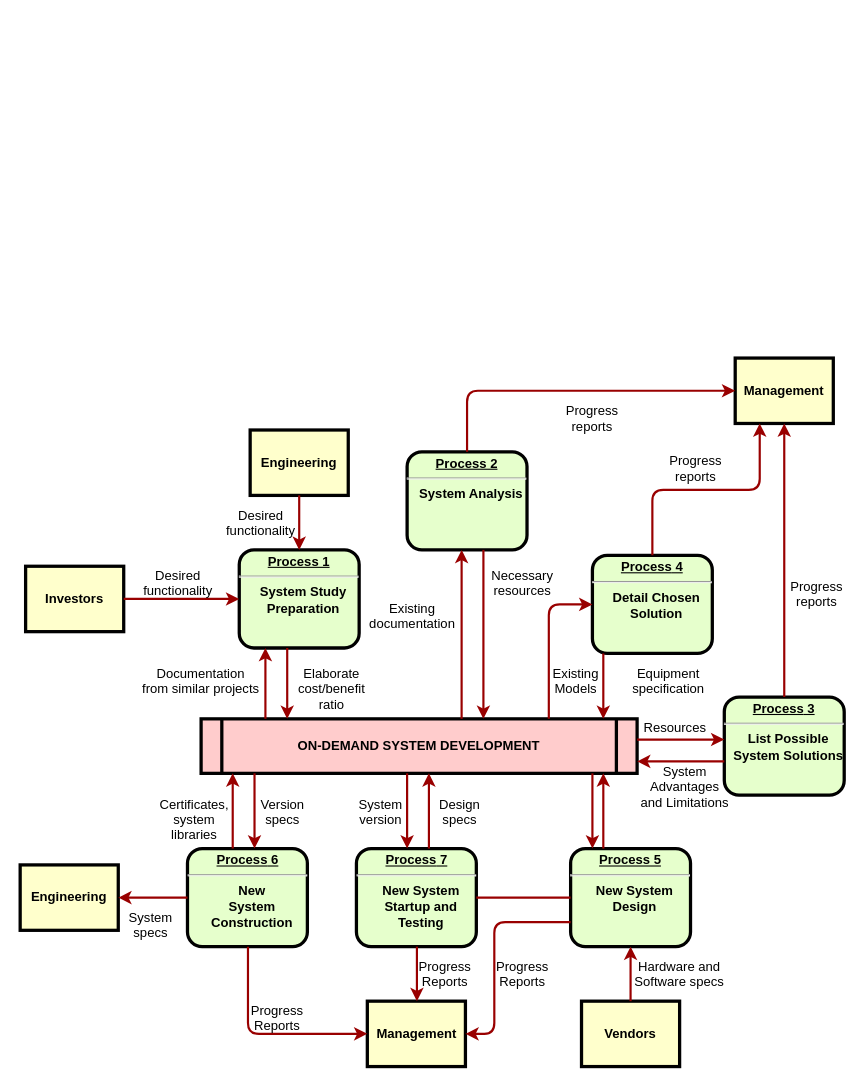
joseluistirella/challenge_nubimetrics keeps this draw.io diagram as Untitled Diagram.drawio. Above is the earlier version. Source tidied: cells renumbered, new cells numbered last; positions are measured from the earlier drawing's top-left corner, leaving out a move shared by most shapes. Both pictures are drawn from the tidied source at 109%, with x=0, y=0 at pixel (20, 358).
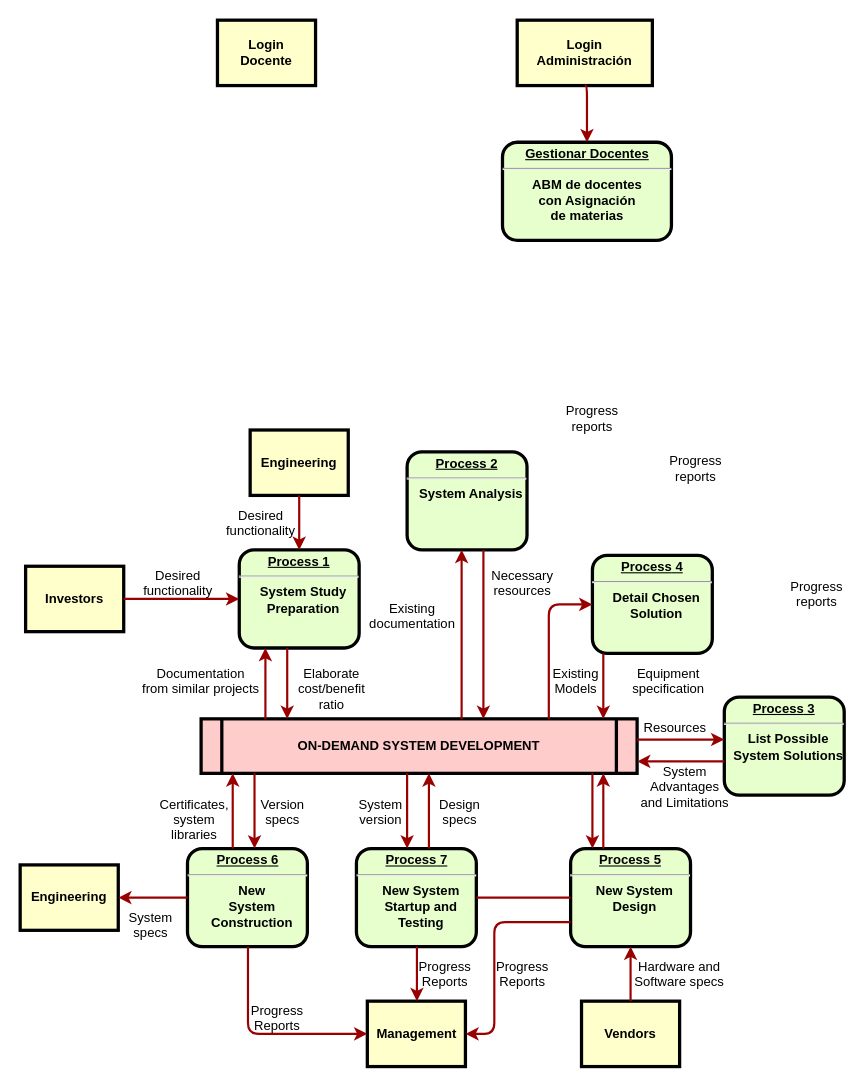
Above is the later version.

The change refers to these unchanged cells:
```xml
<mxCell id="6" value="&lt;p style=&quot;margin: 0px; margin-top: 4px; text-align: center; text-decoration: underline;&quot;&gt;&lt;strong&gt;Process 2&lt;br /&gt;&lt;/strong&gt;&lt;/p&gt;&lt;hr /&gt;&lt;p style=&quot;margin: 0px; margin-left: 8px;&quot;&gt;System Analysis&lt;/p&gt;" style="verticalAlign=middle;align=center;overflow=fill;fontSize=12;fontFamily=Helvetica;html=1;rounded=1;fontStyle=1;strokeWidth=3;fillColor=#E6FFCC;" parent="1" vertex="1">
  <mxGeometry x="355" y="86" width="110" height="90" as="geometry" />
</mxCell>
<mxCell id="7" value="&lt;p style=&quot;margin: 0px; margin-top: 4px; text-align: center; text-decoration: underline;&quot;&gt;&lt;strong&gt;&lt;strong&gt;Process&lt;/strong&gt; 3&lt;br /&gt;&lt;/strong&gt;&lt;/p&gt;&lt;hr /&gt;&lt;p style=&quot;margin: 0px; margin-left: 8px;&quot;&gt;List Possible&lt;/p&gt;&lt;p style=&quot;margin: 0px; margin-left: 8px;&quot;&gt;System Solutions&lt;/p&gt;" style="verticalAlign=middle;align=center;overflow=fill;fontSize=12;fontFamily=Helvetica;html=1;rounded=1;fontStyle=1;strokeWidth=3;fillColor=#E6FFCC;" parent="1" vertex="1">
  <mxGeometry x="646" y="311" width="110" height="90" as="geometry" />
</mxCell>
<mxCell id="8" value="&lt;p style=&quot;margin: 0px; margin-top: 4px; text-align: center; text-decoration: underline;&quot;&gt;&lt;strong&gt;&lt;strong&gt;Process&lt;/strong&gt; 4&lt;br /&gt;&lt;/strong&gt;&lt;/p&gt;&lt;hr /&gt;&lt;p style=&quot;margin: 0px; margin-left: 8px;&quot;&gt;Detail Chosen&lt;/p&gt;&lt;p style=&quot;margin: 0px; margin-left: 8px;&quot;&gt;Solution&lt;/p&gt;" style="verticalAlign=middle;align=center;overflow=fill;fontSize=12;fontFamily=Helvetica;html=1;rounded=1;fontStyle=1;strokeWidth=3;fillColor=#E6FFCC;" parent="1" vertex="1">
  <mxGeometry x="525" y="181" width="110" height="90" as="geometry" />
</mxCell>
```

Change to the diagram source:
```diff
@@
-    <mxCell id="11" value="Management" style="whiteSpace=wrap;align=center;verticalAlign=middle;fontStyle=1;strokeWidth=3;fillColor=#FFFFCC;" parent="1" vertex="1">
-      <mxGeometry x="656" width="90" height="60" as="geometry" />
+    <mxCell id="11" value="Login&#10;Docente" style="whiteSpace=wrap;align=center;verticalAlign=middle;fontStyle=1;strokeWidth=3;fillColor=#FFFFCC;" parent="1" vertex="1">
+      <mxGeometry x="181" y="-310" width="90" height="60" as="geometry" />
     </mxCell>
@@
-    <mxCell id="32" style="edgeStyle=elbowEdgeStyle;elbow=horizontal;strokeColor=#990000;strokeWidth=2;" parent="1" edge="1" source="6" target="11">
-      <mxGeometry relative="1" as="geometry">
-        <Array as="points">
-          <mxPoint x="410" y="80" />
-        </Array>
-      </mxGeometry>
-    </mxCell>
-    <mxCell id="33" style="edgeStyle=elbowEdgeStyle;elbow=vertical;entryX=0.25;entryY=1;strokeColor=#990000;strokeWidth=2;" parent="1" edge="1" source="8" target="11">
-      <mxGeometry relative="1" as="geometry" />
-    </mxCell>
-    <mxCell id="34" style="edgeStyle=elbowEdgeStyle;elbow=horizontal;strokeColor=#990000;strokeWidth=2;" parent="1" edge="1" source="7" target="11">
-      <mxGeometry relative="1" as="geometry" />
-    </mxCell>
@@
+    <mxCell id="63" value="Login &#10;Administración" style="whiteSpace=wrap;align=center;verticalAlign=middle;fontStyle=1;strokeWidth=3;fillColor=#FFFFCC;" parent="1" vertex="1">
+      <mxGeometry x="456" y="-310" width="124" height="60" as="geometry" />
+    </mxCell>
+    <mxCell id="64" value="&lt;p style=&quot;margin: 0px; margin-top: 4px; text-align: center; text-decoration: underline;&quot;&gt;&lt;strong&gt;Gestionar Docentes&lt;br&gt;&lt;/strong&gt;&lt;/p&gt;&lt;hr&gt;&lt;div&gt;ABM de docentes&lt;/div&gt;&lt;div&gt;con Asignación &lt;br&gt;&lt;/div&gt;&lt;div&gt;de materias&lt;br&gt;&lt;/div&gt;" style="verticalAlign=middle;align=center;overflow=fill;fontSize=12;fontFamily=Helvetica;html=1;rounded=1;fontStyle=1;strokeWidth=3;fillColor=#E6FFCC;" parent="1" vertex="1">
+      <mxGeometry x="442.5" y="-198" width="155" height="90" as="geometry" />
+    </mxCell>
+    <mxCell id="65" style="edgeStyle=elbowEdgeStyle;elbow=horizontal;strokeColor=#990000;strokeWidth=2;exitX=0.5;exitY=1;exitDx=0;exitDy=0;entryX=0.5;entryY=0;entryDx=0;entryDy=0;" parent="1" edge="1" source="63" target="64">
+      <mxGeometry relative="1" as="geometry">
+        <Array as="points">
+          <mxPoint x="520" y="-220" />
+        </Array>
+      </mxGeometry>
+    </mxCell>
```
